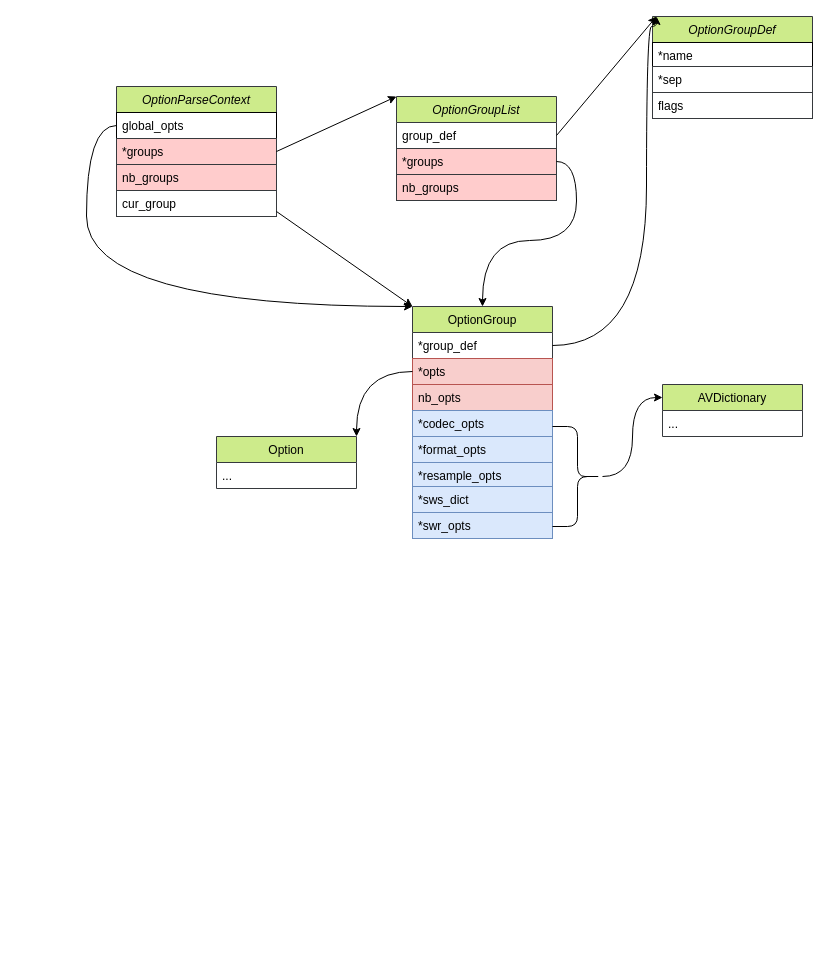
Earlier version of the draw.io diagram ffmpeg.drawio (qiaoshouxing/draw.io). Source tidied: cells renumbered, new cells numbered last; positions are measured from the earlier drawing's top-left corner, leaving out a move shared by most shapes. Both pictures are drawn from the tidied source at 100%, with x=0, y=0 at pixel (86, 16).
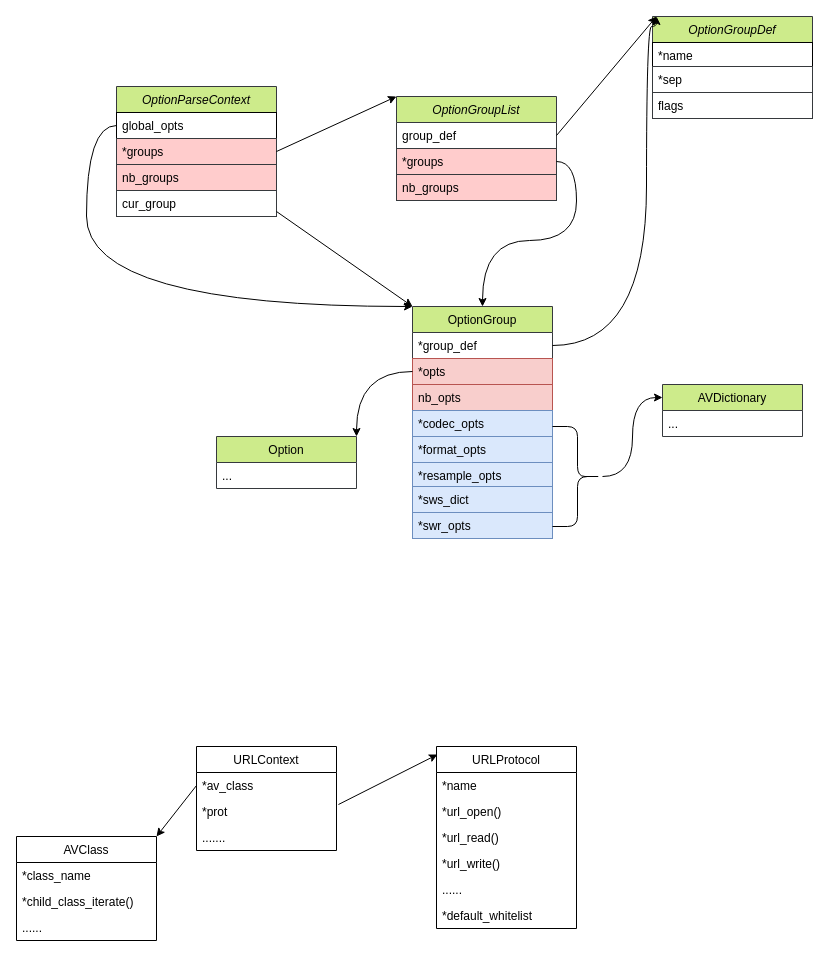
After the change.

What changed in the source:
```diff
@@
+    <mxCell id="37" value="URLContext" style="swimlane;fontStyle=0;horizontal=1;startSize=26;fillColor=none;" parent="1" vertex="1">
+      <mxGeometry x="110" y="730" width="140" height="104" as="geometry" />
+    </mxCell>
+    <mxCell id="38" value="*av_class" style="text;strokeColor=none;fillColor=none;align=left;verticalAlign=top;spacingLeft=4;spacingRight=4;overflow=hidden;points=[[0,0.5],[1,0.5]];portConstraint=eastwest;" parent="37" vertex="1">
+      <mxGeometry y="26" width="140" height="26" as="geometry" />
+    </mxCell>
+    <mxCell id="39" value="*prot" style="text;strokeColor=none;fillColor=none;align=left;verticalAlign=top;spacingLeft=4;spacingRight=4;overflow=hidden;points=[[0,0.5],[1,0.5]];portConstraint=eastwest;" parent="37" vertex="1">
+      <mxGeometry y="52" width="140" height="26" as="geometry" />
+    </mxCell>
+    <mxCell id="40" value="......." style="text;strokeColor=none;fillColor=none;align=left;verticalAlign=top;spacingLeft=4;spacingRight=4;overflow=hidden;" parent="37" vertex="1">
+      <mxGeometry y="78" width="140" height="26" as="geometry" />
+    </mxCell>
+    <mxCell id="41" value="URLProtocol" style="swimlane;fontStyle=0;horizontal=1;startSize=26;fillColor=none;" parent="1" vertex="1">
+      <mxGeometry x="350" y="730" width="140" height="182" as="geometry" />
+    </mxCell>
+    <mxCell id="42" value="*name" style="text;strokeColor=none;fillColor=none;align=left;verticalAlign=top;spacingLeft=4;spacingRight=4;overflow=hidden;" parent="41" vertex="1">
+      <mxGeometry y="26" width="140" height="26" as="geometry" />
+    </mxCell>
+    <mxCell id="43" value="*url_open()" style="text;strokeColor=none;fillColor=none;align=left;verticalAlign=top;spacingLeft=4;spacingRight=4;overflow=hidden;" parent="41" vertex="1">
+      <mxGeometry y="52" width="140" height="26" as="geometry" />
+    </mxCell>
+    <mxCell id="44" value="*url_read()" style="text;strokeColor=none;fillColor=none;align=left;verticalAlign=top;spacingLeft=4;spacingRight=4;overflow=hidden;" parent="41" vertex="1">
+      <mxGeometry y="78" width="140" height="26" as="geometry" />
+    </mxCell>
+    <mxCell id="45" value="*url_write()" style="text;strokeColor=none;fillColor=none;align=left;verticalAlign=top;spacingLeft=4;spacingRight=4;overflow=hidden;" parent="41" vertex="1">
+      <mxGeometry y="104" width="140" height="26" as="geometry" />
+    </mxCell>
+    <mxCell id="46" value="......" style="text;strokeColor=none;fillColor=none;align=left;verticalAlign=top;spacingLeft=4;spacingRight=4;overflow=hidden;" parent="41" vertex="1">
+      <mxGeometry y="130" width="140" height="26" as="geometry" />
+    </mxCell>
+    <mxCell id="47" value="*default_whitelist" style="text;strokeColor=none;fillColor=none;align=left;verticalAlign=top;spacingLeft=4;spacingRight=4;overflow=hidden;" parent="41" vertex="1">
+      <mxGeometry y="156" width="140" height="26" as="geometry" />
+    </mxCell>
+    <mxCell id="48" style="rounded=0;jettySize=auto;html=1;entryX=0.007;entryY=0.044;entryDx=0;entryDy=0;entryPerimeter=0;exitX=1.014;exitY=0.231;exitDx=0;exitDy=0;exitPerimeter=0;" parent="1" edge="1" source="39" target="41">
+      <mxGeometry relative="1" as="geometry" />
+    </mxCell>
+    <mxCell id="49" value="AVClass" style="swimlane;fontStyle=0;horizontal=1;startSize=26;fillColor=none;" parent="1" vertex="1">
+      <mxGeometry x="-70" y="820" width="140" height="104" as="geometry" />
+    </mxCell>
+    <mxCell id="50" value="*class_name" style="text;strokeColor=none;fillColor=none;align=left;verticalAlign=top;spacingLeft=4;spacingRight=4;overflow=hidden;" parent="49" vertex="1">
+      <mxGeometry y="26" width="140" height="26" as="geometry" />
+    </mxCell>
+    <mxCell id="51" value="*child_class_iterate()" style="text;strokeColor=none;fillColor=none;align=left;verticalAlign=top;spacingLeft=4;spacingRight=4;overflow=hidden;" parent="49" vertex="1">
+      <mxGeometry y="52" width="140" height="26" as="geometry" />
+    </mxCell>
+    <mxCell id="52" value="......" style="text;strokeColor=none;fillColor=none;align=left;verticalAlign=top;spacingLeft=4;spacingRight=4;overflow=hidden;" parent="49" vertex="1">
+      <mxGeometry y="78" width="140" height="26" as="geometry" />
+    </mxCell>
+    <mxCell id="53" style="edgeStyle=none;rounded=0;jettySize=auto;html=1;entryX=1;entryY=0;entryDx=0;entryDy=0;exitX=0;exitY=0.5;exitDx=0;exitDy=0;" parent="1" edge="1" source="38" target="49">
+      <mxGeometry relative="1" as="geometry" />
+    </mxCell>
```
